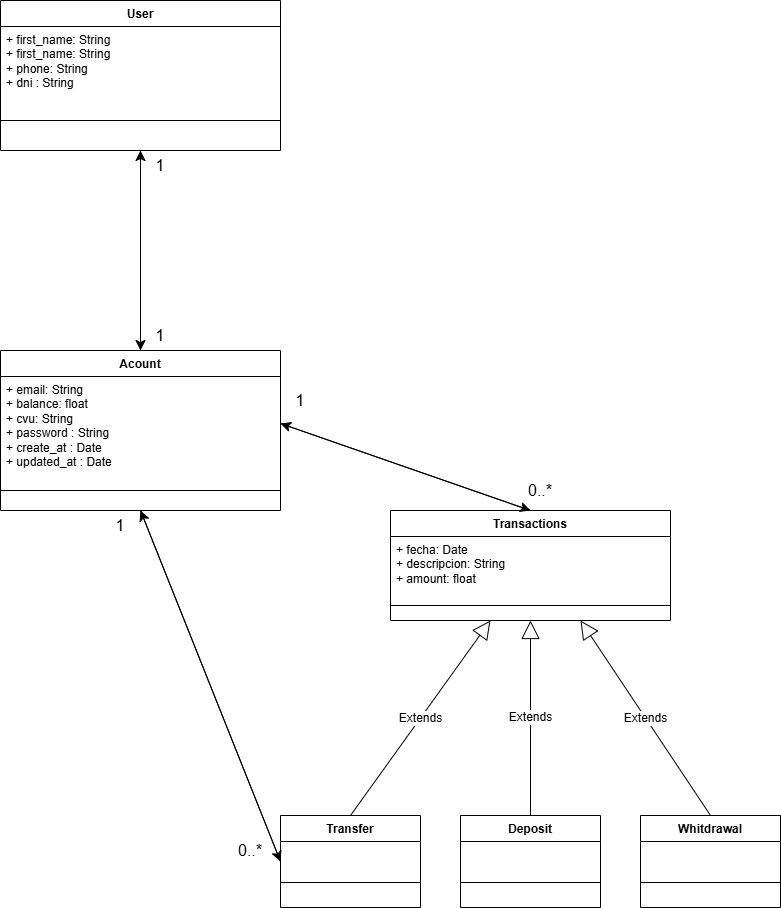
The draw.io diagram Diagrama.png in joako-code/proyecto-taller, before a commit. Source tidied: cells renumbered, new cells last; positions are measured from the earlier drawing's top-left corner, leaving out a move shared by most shapes.
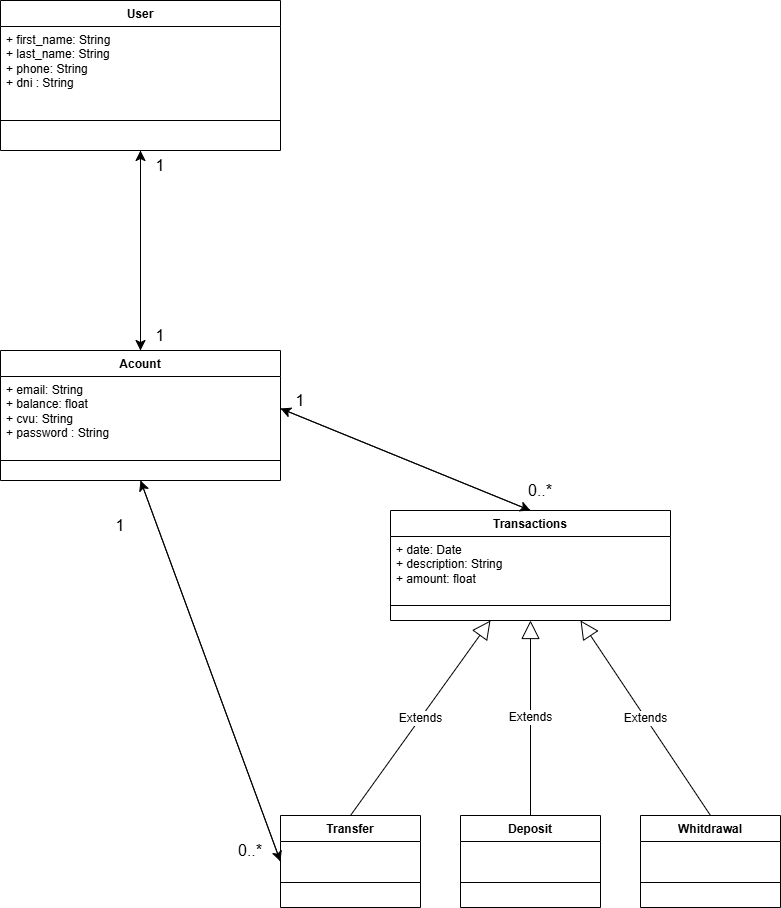
After the change.

Commit message:
nuevo Diagrama

The edit, as a diff of the source:
```diff
@@ -8,7 +8,7 @@
     <mxCell id="3" value="User" style="swimlane;fontStyle=1;align=center;verticalAlign=top;horizontal=1;startSize=26;whiteSpace=wrap;html=1;" parent="1" vertex="1">
       <mxGeometry width="280" height="150" as="geometry" />
     </mxCell>
-    <mxCell id="4" value="+ first_name: String&lt;br&gt;+ first_name: String&lt;div&gt;+ phone: String&lt;/div&gt;&lt;div&gt;+ dni : String&lt;/div&gt;" style="text;strokeColor=none;fillColor=none;align=left;verticalAlign=top;spacingLeft=4;spacingRight=4;overflow=hidden;whiteSpace=wrap;html=1;" parent="3" vertex="1">
+    <mxCell id="4" value="+ first_name: String&lt;br&gt;+ last_name: String&lt;div&gt;+ phone: String&lt;/div&gt;&lt;div&gt;+ dni : String&lt;/div&gt;" style="text;strokeColor=none;fillColor=none;align=left;verticalAlign=top;spacingLeft=4;spacingRight=4;overflow=hidden;whiteSpace=wrap;html=1;" parent="3" vertex="1">
       <mxGeometry y="26" width="280" height="64" as="geometry" />
     </mxCell>
     <mxCell id="5" style="line;strokeWidth=1;fillColor=none;align=left;verticalAlign=middle;spacingTop=-1;spacingLeft=3;spacingRight=3;labelPosition=right;strokeColor=inherit;" parent="3" vertex="1">
@@ -21,13 +21,13 @@
       <mxGeometry relative="1" as="geometry" />
     </mxCell>
     <mxCell id="8" value="Acount" style="swimlane;fontStyle=1;align=center;verticalAlign=top;horizontal=1;startSize=26;whiteSpace=wrap;html=1;" parent="1" vertex="1">
-      <mxGeometry y="350" width="280" height="160" as="geometry" />
+      <mxGeometry y="350" width="280" height="130" as="geometry" />
     </mxCell>
-    <mxCell id="9" value="+ email: String&lt;br&gt;+ balance: float&lt;div&gt;+ cvu: String&lt;/div&gt;&lt;div&gt;+ password : String&lt;/div&gt;&lt;div&gt;+ create_at : Date&lt;/div&gt;&lt;div&gt;+ updated_at : Date&lt;/div&gt;" style="text;strokeColor=none;fillColor=none;align=left;verticalAlign=top;spacingLeft=4;spacingRight=4;overflow=hidden;points=[[0,0.5],[1,0.5]];portConstraint=eastwest;whiteSpace=wrap;html=1;" parent="8" vertex="1">
-      <mxGeometry y="26" width="280" height="94" as="geometry" />
+    <mxCell id="9" value="+ email: String&lt;br&gt;+ balance: float&lt;div&gt;+ cvu: String&lt;/div&gt;&lt;div&gt;+ password : String&lt;/div&gt;" style="text;strokeColor=none;fillColor=none;align=left;verticalAlign=top;spacingLeft=4;spacingRight=4;overflow=hidden;points=[[0,0.5],[1,0.5]];portConstraint=eastwest;whiteSpace=wrap;html=1;" parent="8" vertex="1">
+      <mxGeometry y="26" width="280" height="64" as="geometry" />
     </mxCell>
     <mxCell id="10" style="line;strokeWidth=1;fillColor=none;align=left;verticalAlign=middle;spacingTop=-1;spacingLeft=3;spacingRight=3;labelPosition=right;strokeColor=inherit;" parent="8" vertex="1">
-      <mxGeometry y="120" width="280" height="40" as="geometry" />
+      <mxGeometry y="90" width="280" height="40" as="geometry" />
     </mxCell>
     <mxCell id="11" style="edgeStyle=none;curved=1;rounded=0;jettySize=auto;html=1;exitX=0.5;exitY=0;exitDx=0;exitDy=0;entryX=1;entryY=0.5;entryDx=0;entryDy=0;fontSize=12;startSize=8;endSize=8;" parent="1" edge="1" source="12" target="9">
       <mxGeometry relative="1" as="geometry" />
@@ -35,7 +35,7 @@
     <mxCell id="12" value="Transactions" style="swimlane;fontStyle=1;align=center;verticalAlign=top;horizontal=1;startSize=26;whiteSpace=wrap;html=1;" parent="1" vertex="1">
       <mxGeometry x="390" y="510" width="280" height="110" as="geometry" />
     </mxCell>
-    <mxCell id="13" value="+ fecha: Date&lt;div&gt;+ descripcion: String&lt;/div&gt;&lt;div&gt;+ amount: float&lt;/div&gt;&lt;div&gt;&lt;br&gt;&lt;/div&gt;" style="text;strokeColor=none;fillColor=none;align=left;verticalAlign=top;spacingLeft=4;spacingRight=4;overflow=hidden;whiteSpace=wrap;html=1;" parent="12" vertex="1">
+    <mxCell id="13" value="+ date: Date&lt;div&gt;+ description: String&lt;/div&gt;&lt;div&gt;+ amount: float&lt;/div&gt;&lt;div&gt;&lt;br&gt;&lt;/div&gt;" style="text;strokeColor=none;fillColor=none;align=left;verticalAlign=top;spacingLeft=4;spacingRight=4;overflow=hidden;whiteSpace=wrap;html=1;" parent="12" vertex="1">
       <mxGeometry y="26" width="280" height="54" as="geometry" />
     </mxCell>
     <mxCell id="14" style="line;strokeWidth=1;fillColor=none;align=left;verticalAlign=middle;spacingTop=-1;spacingLeft=3;spacingRight=3;labelPosition=right;strokeColor=inherit;" parent="12" vertex="1">
```
